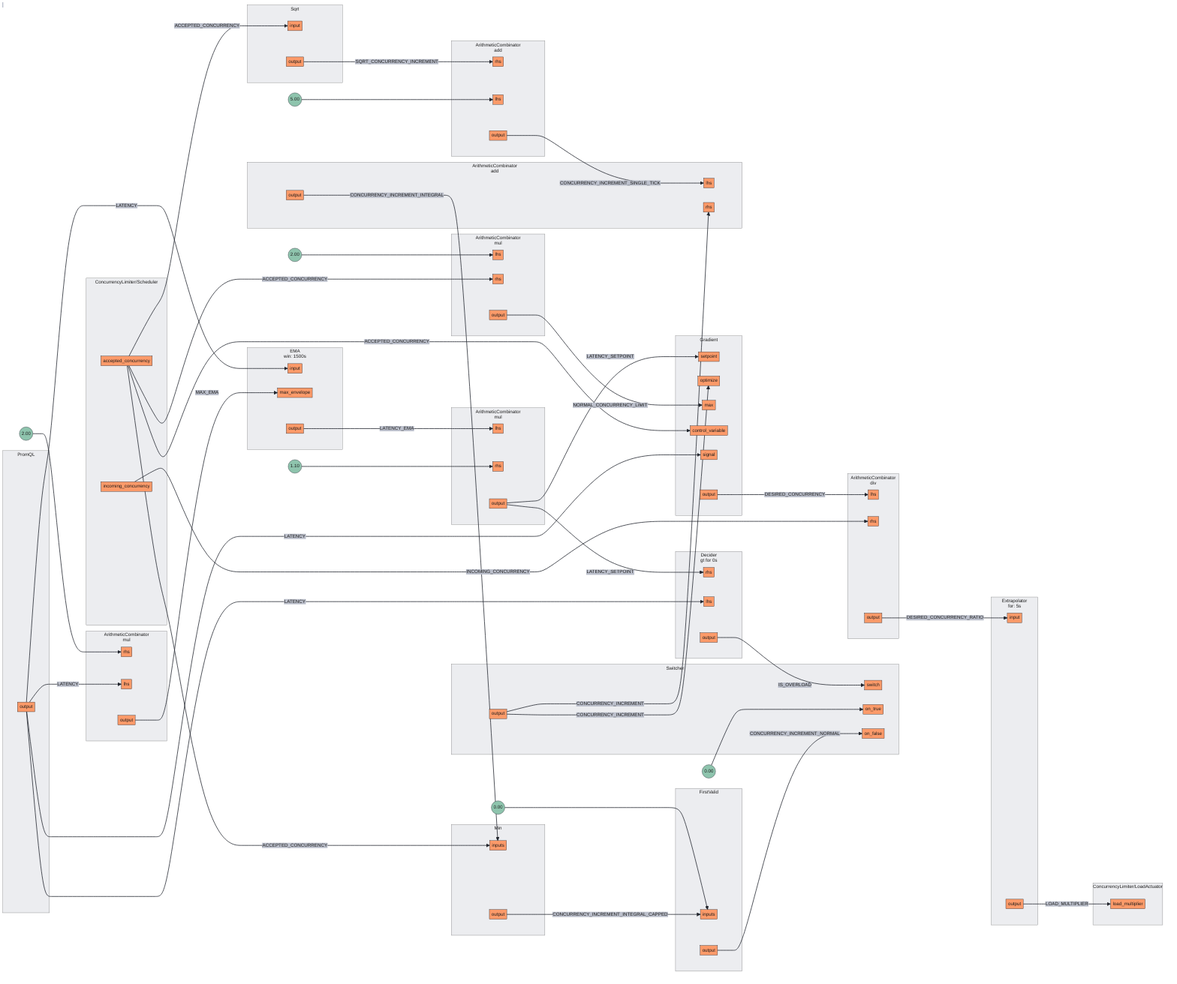
Before: docs/content/tutorials/flow-control/assets/workload-prioritization/workload-prioritization.mmd.png, a diagram exported from Mermaid (fluxninja/aperture). Its source is kept beside it as docs/content/tutorials/flow-control/assets/workload-prioritization/workload-prioritization.mmd.
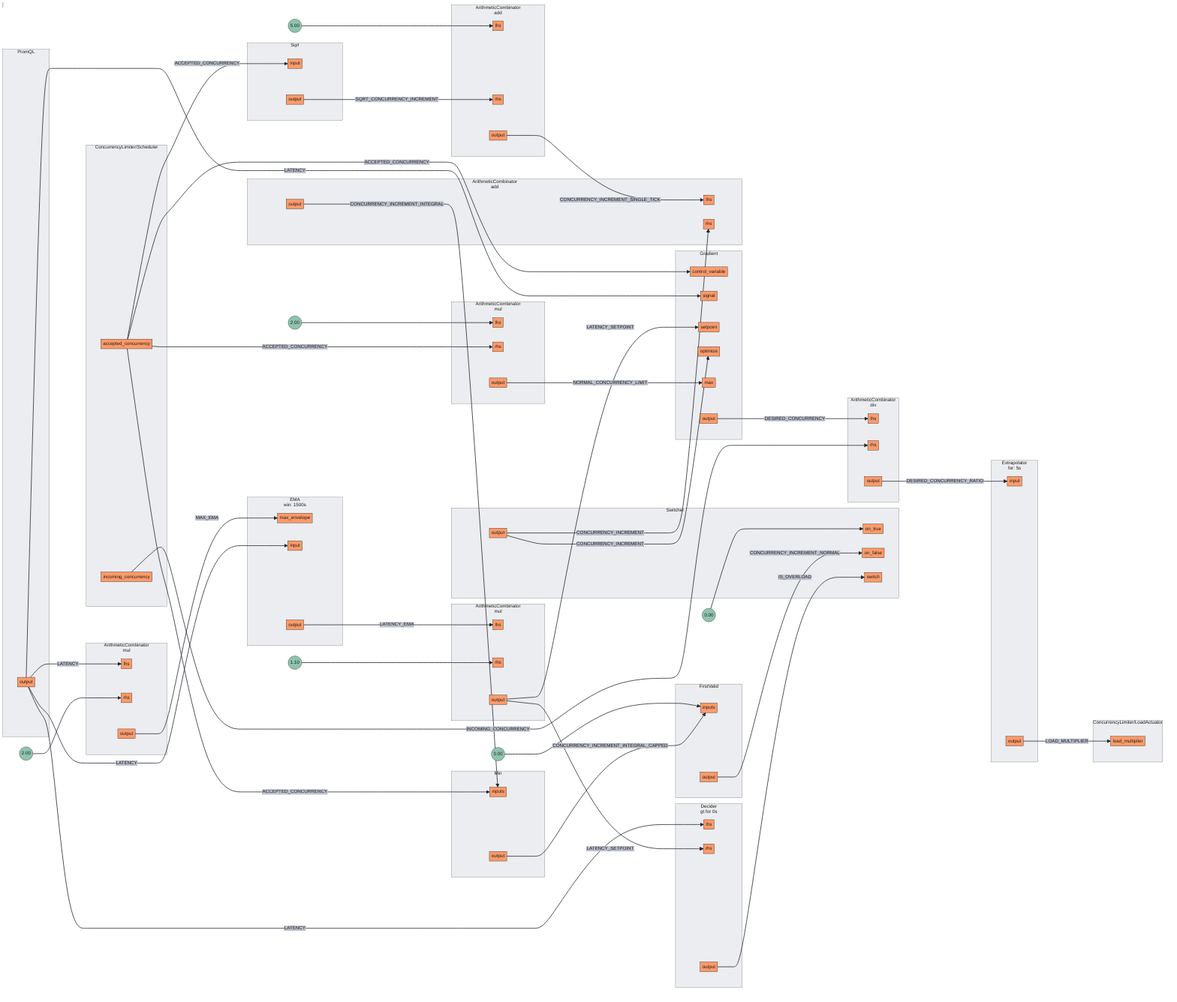
The same file after the commit.

The edit, as a diff of the source:
```diff
@@ -2,8 +2,8 @@
 subgraph 0[<center>ArithmeticCombinator<br/>mul</center>]
 subgraph 0_inports[ ]
 style 0_inports fill:none,stroke:none
+0lhs[lhs]
 0rhs[rhs]
-0lhs[lhs]
 end
 subgraph 0_outports[ ]
 style 0_outports fill:none,stroke:none
@@ -52,8 +52,8 @@
 subgraph 4[<center>ArithmeticCombinator<br/>add</center>]
 subgraph 4_inports[ ]
 style 4_inports fill:none,stroke:none
+4lhs[lhs]
 4rhs[rhs]
-4lhs[lhs]
 end
 subgraph 4_outports[ ]
 style 4_outports fill:none,stroke:none
@@ -116,8 +116,8 @@
 subgraph 10[<center>EMA<br/>win: 1500s</center>]
 subgraph 10_inports[ ]
 style 10_inports fill:none,stroke:none
+10max_envelope[max_envelope]
 10input[input]
-10max_envelope[max_envelope]
 end
 subgraph 10_outports[ ]
 style 10_outports fill:none,stroke:none
@@ -127,11 +127,11 @@
 subgraph 11[Gradient]
 subgraph 11_inports[ ]
 style 11_inports fill:none,stroke:none
+11control_variable[control_variable]
+11signal[signal]
 11setpoint[setpoint]
 11optimize[optimize]
 11max[max]
-11control_variable[control_variable]
-11signal[signal]
 end
 subgraph 11_outports[ ]
 style 11_outports fill:none,stroke:none
@@ -151,8 +151,8 @@
 subgraph 13.Scheduler[ConcurrencyLimiter/Scheduler]
 subgraph 13.Scheduler_outports[ ]
 style 13.Scheduler_outports fill:none,stroke:none
+13.Schedulerincoming_concurrency[incoming_concurrency]
 13.Scheduleraccepted_concurrency[accepted_concurrency]
-13.Schedulerincoming_concurrency[incoming_concurrency]
 end
 end
 subgraph 13.LoadActuator[ConcurrencyLimiter/LoadActuator]
@@ -164,9 +164,9 @@
 subgraph 15[Switcher]
 subgraph 15_inports[ ]
 style 15_inports fill:none,stroke:none
-15switch[switch]
 15on_true[on_true]
 15on_false[on_false]
+15switch[switch]
 end
 subgraph 15_outports[ ]
 style 15_outports fill:none,stroke:none
@@ -178,36 +178,36 @@
 subgraph 14[<center>Decider<br/>gt for 0s</center>]
 subgraph 14_inports[ ]
 style 14_inports fill:none,stroke:none
+14lhs[lhs]
 14rhs[rhs]
-14lhs[lhs]
 end
 subgraph 14_outports[ ]
 style 14_outports fill:none,stroke:none
 14output[output]
 end
 end
-0output --> |MAX_EMA| 10max_envelope
-2output --> |DESIRED_CONCURRENCY_RATIO| 12input
 3output --> |NORMAL_CONCURRENCY_LIMIT| 11max
-13.Schedulerincoming_concurrency --> |INCOMING_CONCURRENCY| 2rhs
-1output --> |LATENCY_SETPOINT| 11setpoint
-1output --> |LATENCY_SETPOINT| 14rhs
 4output --> |CONCURRENCY_INCREMENT_SINGLE_TICK| 5lhs
-10output --> |LATENCY_EMA| 1lhs
-11output --> |DESIRED_CONCURRENCY| 2lhs
+8output --> |SQRT_CONCURRENCY_INCREMENT| 4rhs
 13.Scheduleraccepted_concurrency --> |ACCEPTED_CONCURRENCY| 3rhs
 13.Scheduleraccepted_concurrency --> |ACCEPTED_CONCURRENCY| 6inputs
 13.Scheduleraccepted_concurrency --> |ACCEPTED_CONCURRENCY| 8input
 13.Scheduleraccepted_concurrency --> |ACCEPTED_CONCURRENCY| 11control_variable
-14output --> |IS_OVERLOAD| 15switch
+13.Schedulerincoming_concurrency --> |INCOMING_CONCURRENCY| 2rhs
+15output --> |CONCURRENCY_INCREMENT| 5rhs
+15output --> |CONCURRENCY_INCREMENT| 11optimize
+0output --> |MAX_EMA| 10max_envelope
 5output --> |CONCURRENCY_INCREMENT_INTEGRAL| 6inputs
+7output --> |CONCURRENCY_INCREMENT_NORMAL| 15on_false
+10output --> |LATENCY_EMA| 1lhs
+11output --> |DESIRED_CONCURRENCY| 2lhs
+12output --> |LOAD_MULTIPLIER| 13.LoadActuatorload_multiplier
+1output --> |LATENCY_SETPOINT| 11setpoint
+1output --> |LATENCY_SETPOINT| 14rhs
+2output --> |DESIRED_CONCURRENCY_RATIO| 12input
 6output --> |CONCURRENCY_INCREMENT_INTEGRAL_CAPPED| 7inputs
 9output --> |LATENCY| 0lhs
 9output --> |LATENCY| 10input
 9output --> |LATENCY| 11signal
 9output --> |LATENCY| 14lhs
-12output --> |LOAD_MULTIPLIER| 13.LoadActuatorload_multiplier
-15output --> |CONCURRENCY_INCREMENT| 5rhs
-15output --> |CONCURRENCY_INCREMENT| 11optimize
-7output --> |CONCURRENCY_INCREMENT_NORMAL| 15on_false
-8output --> |SQRT_CONCURRENCY_INCREMENT| 4rhs
+14output --> |IS_OVERLOAD| 15switch
```
